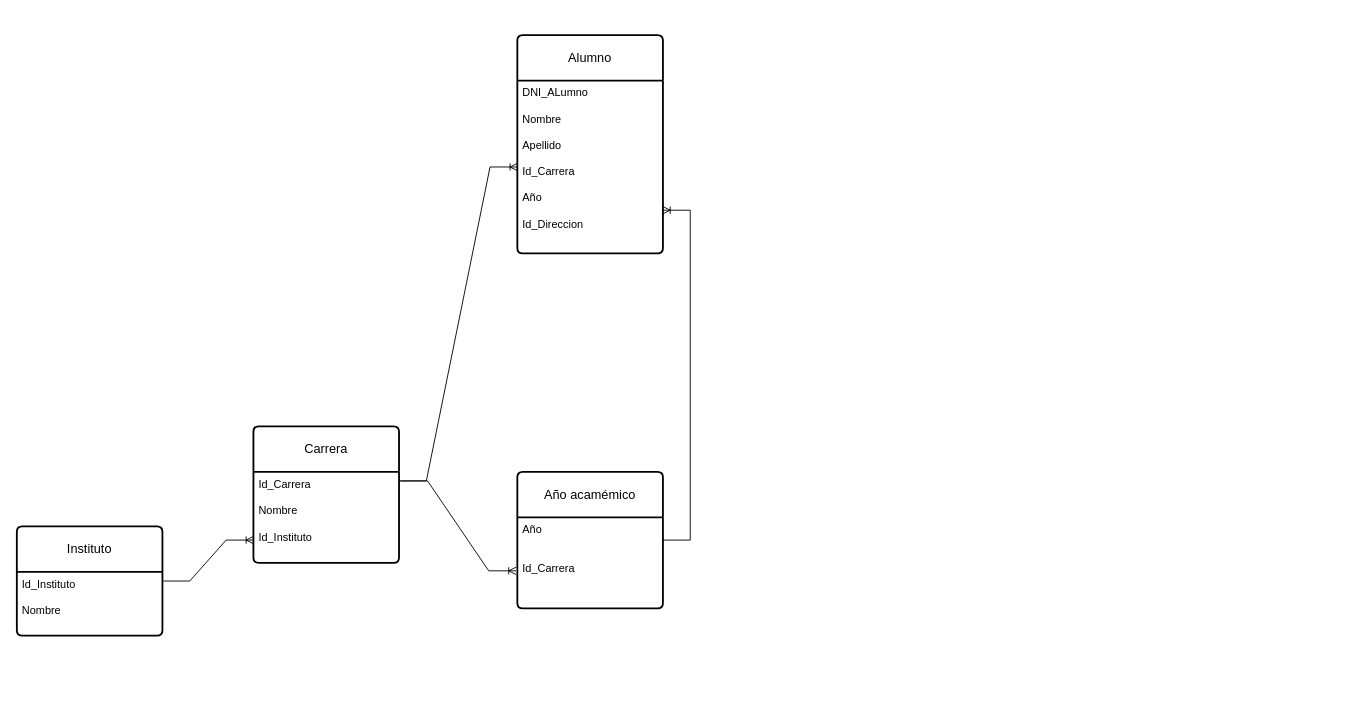
This is Untitled Diagram.drawio from Jolsman01/BasededatosIFODA, a draw.io file, before an edit. Source tidied: cells renumbered, new cells numbered last; positions are measured from the earlier drawing's top-left corner, leaving out a move shared by most shapes. Both pictures are drawn from the tidied source at 91%, with x=0, y=0 at pixel (16, 35).
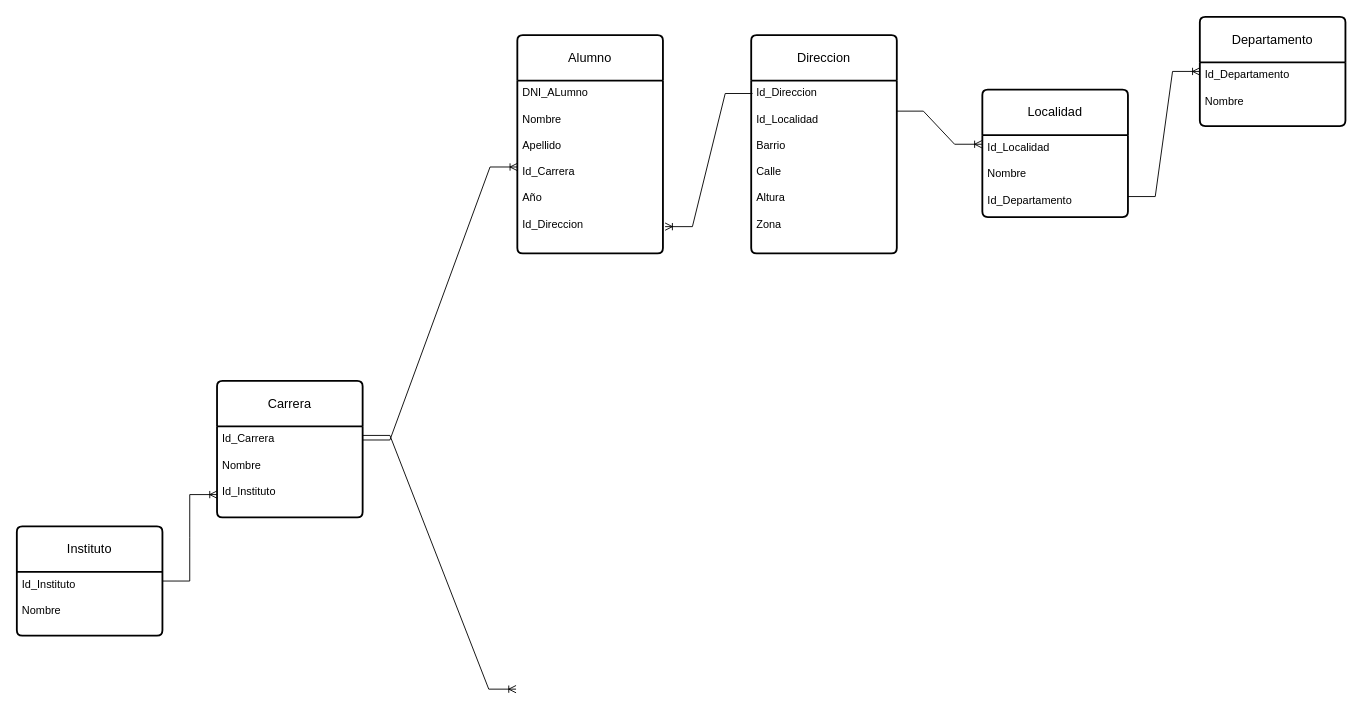
Above is the later version.

Unchanged cells that the change refers to:
```xml
<mxCell id="11" value="DNI_ALumno&lt;div&gt;&lt;br&gt;&lt;/div&gt;&lt;div&gt;Nombre&lt;/div&gt;&lt;div&gt;&lt;br&gt;&lt;/div&gt;&lt;div&gt;Apellido&lt;/div&gt;&lt;div&gt;&lt;br&gt;&lt;/div&gt;&lt;div&gt;Id_Carrera&lt;/div&gt;&lt;div&gt;&lt;br&gt;&lt;/div&gt;&lt;div&gt;Año&lt;/div&gt;&lt;div&gt;&lt;br&gt;&lt;/div&gt;&lt;div&gt;Id_Direccion&lt;/div&gt;" style="align=left;strokeColor=none;fillColor=none;spacingLeft=4;spacingRight=4;fontSize=12;verticalAlign=top;html=1;whiteSpace=wrap;" parent="10" vertex="1">
  <mxGeometry y="50" width="160" height="190" as="geometry" />
</mxCell>
```

The edit, as a diff of the source:
```diff
@@
     <mxCell id="5" value="Carrera" style="swimlane;horizontal=1;startSize=50;rounded=1;fontSize=14;fontStyle=0;strokeWidth=2;shadow=0;dashed=0;align=center;arcSize=4;whiteSpace=wrap;html=1;" parent="1" vertex="1">
-      <mxGeometry x="260" y="430" width="160" height="150" as="geometry" />
+      <mxGeometry x="220" y="380" width="160" height="150" as="geometry" />
     </mxCell>
@@
-    <mxCell id="7" value="Año acamémico" style="swimlane;horizontal=1;startSize=50;rounded=1;fontSize=14;fontStyle=0;strokeWidth=2;shadow=0;dashed=0;align=center;arcSize=4;whiteSpace=wrap;html=1;" parent="1" vertex="1">
-      <mxGeometry x="550" y="480" width="160" height="150" as="geometry" />
-    </mxCell>
-    <mxCell id="8" value="&lt;div&gt;&lt;div&gt;Año&lt;/div&gt;&lt;/div&gt;&lt;div&gt;&lt;br&gt;&lt;/div&gt;&lt;div&gt;&lt;br&gt;&lt;/div&gt;&lt;div&gt;Id_Carrera&lt;/div&gt;" style="align=left;strokeColor=none;fillColor=none;spacingLeft=4;spacingRight=4;fontSize=12;verticalAlign=top;html=1;whiteSpace=wrap;" parent="7" vertex="1">
-      <mxGeometry y="50" width="160" height="100" as="geometry" />
-    </mxCell>
-    <mxCell id="9" style="edgeStyle=entityRelationEdgeStyle;fontSize=12;html=1;endArrow=ERoneToMany;rounded=0;exitX=1;exitY=0.5;exitDx=0;exitDy=0;entryX=-0.009;entryY=0.588;entryDx=0;entryDy=0;entryPerimeter=0;" parent="1" edge="1" target="8">
+    <mxCell id="9" style="edgeStyle=entityRelationEdgeStyle;fontSize=12;html=1;endArrow=ERoneToMany;rounded=0;entryX=-0.009;entryY=0.588;entryDx=0;entryDy=0;entryPerimeter=0;" parent="1" edge="1">
       <mxGeometry relative="1" as="geometry">
-        <mxPoint x="421.4" y="490" as="sourcePoint" />
+        <mxPoint x="380" y="440" as="sourcePoint" />
+        <mxPoint x="548.6" y="718.8" as="targetPoint" />
       </mxGeometry>
     </mxCell>
@@
     <mxCell id="12" style="edgeStyle=entityRelationEdgeStyle;fontSize=12;html=1;endArrow=ERoneToMany;rounded=0;entryX=0;entryY=0.5;entryDx=0;entryDy=0;" parent="1" edge="1" target="11">
       <mxGeometry relative="1" as="geometry">
-        <mxPoint x="420" y="490" as="sourcePoint" />
+        <mxPoint x="380" y="445" as="sourcePoint" />
       </mxGeometry>
     </mxCell>
-    <mxCell id="13" style="edgeStyle=entityRelationEdgeStyle;fontSize=12;html=1;endArrow=ERoneToMany;rounded=0;entryX=1;entryY=0.75;entryDx=0;entryDy=0;exitX=1;exitY=0.25;exitDx=0;exitDy=0;" parent="1" edge="1" source="8" target="11">
-      <mxGeometry relative="1" as="geometry" />
-    </mxCell>
+    <mxCell id="14" value="Direccion" style="swimlane;horizontal=1;startSize=50;rounded=1;fontSize=14;fontStyle=0;strokeWidth=2;shadow=0;dashed=0;align=center;arcSize=4;whiteSpace=wrap;html=1;" parent="1" vertex="1">
+      <mxGeometry x="807" width="160" height="240" as="geometry" />
+    </mxCell>
+    <mxCell id="15" value="Id_Direccion&lt;div&gt;&lt;br&gt;&lt;/div&gt;&lt;div&gt;Id_Localidad&lt;/div&gt;&lt;div&gt;&lt;br&gt;&lt;/div&gt;&lt;div&gt;Barrio&lt;/div&gt;&lt;div&gt;&lt;br&gt;&lt;/div&gt;&lt;div&gt;Calle&lt;/div&gt;&lt;div&gt;&lt;br&gt;&lt;/div&gt;&lt;div&gt;Altura&lt;/div&gt;&lt;div&gt;&lt;br&gt;&lt;/div&gt;&lt;div&gt;Zona&lt;/div&gt;" style="align=left;strokeColor=none;fillColor=none;spacingLeft=4;spacingRight=4;fontSize=12;verticalAlign=top;html=1;whiteSpace=wrap;" parent="14" vertex="1">
+      <mxGeometry y="50" width="160" height="190" as="geometry" />
+    </mxCell>
+    <mxCell id="16" value="Localidad" style="swimlane;horizontal=1;startSize=50;rounded=1;fontSize=14;fontStyle=0;strokeWidth=2;shadow=0;dashed=0;align=center;arcSize=4;whiteSpace=wrap;html=1;" parent="1" vertex="1">
+      <mxGeometry x="1061" y="60" width="160" height="140" as="geometry" />
+    </mxCell>
+    <mxCell id="17" value="Id_Localidad&lt;div&gt;&lt;br&gt;&lt;/div&gt;&lt;div&gt;Nombre&lt;/div&gt;&lt;div&gt;&lt;br&gt;&lt;/div&gt;&lt;div&gt;Id_Departamento&lt;/div&gt;" style="align=left;strokeColor=none;fillColor=none;spacingLeft=4;spacingRight=4;fontSize=12;verticalAlign=top;html=1;whiteSpace=wrap;" parent="16" vertex="1">
+      <mxGeometry y="50" width="160" height="90" as="geometry" />
+    </mxCell>
+    <mxCell id="18" style="edgeStyle=entityRelationEdgeStyle;fontSize=12;html=1;endArrow=ERoneToMany;rounded=0;exitX=0.995;exitY=0.177;exitDx=0;exitDy=0;exitPerimeter=0;" parent="1" edge="1" source="15">
+      <mxGeometry relative="1" as="geometry">
+        <mxPoint x="1060.5" y="120" as="targetPoint" />
+      </mxGeometry>
+    </mxCell>
+    <mxCell id="19" value="Departamento" style="swimlane;horizontal=1;startSize=50;rounded=1;fontSize=14;fontStyle=0;strokeWidth=2;shadow=0;dashed=0;align=center;arcSize=4;whiteSpace=wrap;html=1;" parent="1" vertex="1">
+      <mxGeometry x="1300" y="-20" width="160" height="120" as="geometry" />
+    </mxCell>
+    <mxCell id="20" value="Id_Departamento&lt;div&gt;&lt;br&gt;&lt;/div&gt;&lt;div&gt;Nombre&lt;/div&gt;" style="align=left;strokeColor=none;fillColor=none;spacingLeft=4;spacingRight=4;fontSize=12;verticalAlign=top;html=1;whiteSpace=wrap;" parent="19" vertex="1">
+      <mxGeometry y="50" width="160" height="70" as="geometry" />
+    </mxCell>
+    <mxCell id="21" style="edgeStyle=entityRelationEdgeStyle;fontSize=12;html=1;endArrow=ERoneToMany;rounded=0;exitX=1;exitY=0.75;exitDx=0;exitDy=0;" parent="1" edge="1" source="17">
+      <mxGeometry relative="1" as="geometry">
+        <mxPoint x="1300" y="40" as="targetPoint" />
+      </mxGeometry>
+    </mxCell>
+    <mxCell id="22" style="edgeStyle=entityRelationEdgeStyle;fontSize=12;html=1;endArrow=ERoneToMany;rounded=0;entryX=1.015;entryY=0.845;entryDx=0;entryDy=0;entryPerimeter=0;exitX=0.009;exitY=0.075;exitDx=0;exitDy=0;exitPerimeter=0;" parent="1" edge="1" source="15" target="11">
+      <mxGeometry relative="1" as="geometry" />
+    </mxCell>
```
